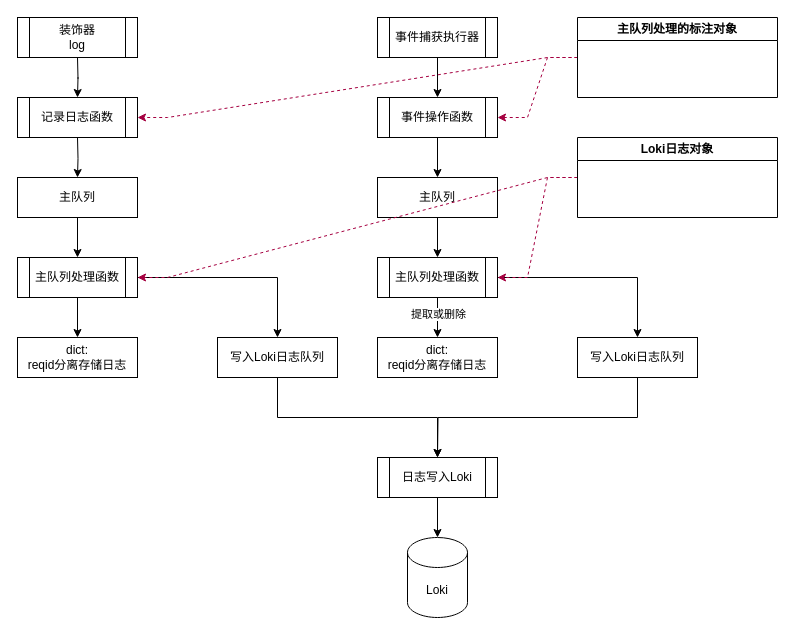
The draw.io diagram demo/logger.drawio in fenghshia/stock-predict, before the edit. Source tidied: cells renumbered, new cells numbered last; positions are measured from the earlier drawing's top-left corner, leaving out a move shared by most shapes. Both pictures are drawn from the tidied source at 100%, with x=0, y=0 at pixel (17, 17).
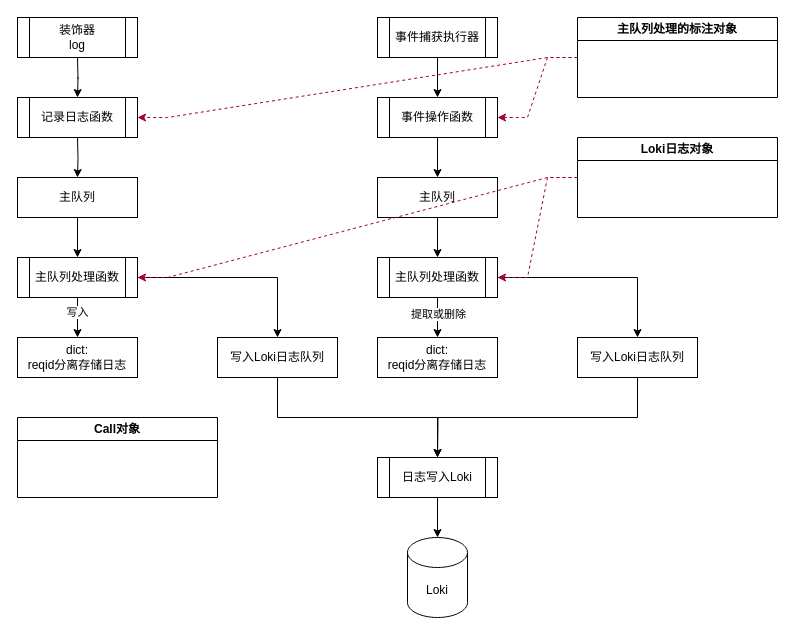
The same diagram, later.

The change refers to these unchanged cells:
```xml
<mxCell id="10" style="edgeStyle=orthogonalEdgeStyle;rounded=0;jettySize=auto;html=1;entryX=0.5;entryY=0;entryDx=0;entryDy=0;" parent="1" edge="1" source="12" target="6">
  <mxGeometry relative="1" as="geometry" />
</mxCell>
```

Change to the diagram source:
```diff
@@
+    <mxCell id="36" value="写入" style="edgeLabel;html=1;align=center;verticalAlign=middle;" parent="10" vertex="1">
+      <mxGeometry x="-0.3" y="-1" relative="1" as="geometry" />
+    </mxCell>
@@
+    <mxCell id="37" value="Call对象" style="swimlane;whiteSpace=wrap;html=1;" parent="1" vertex="1">
+      <mxGeometry y="400" width="200" height="80" as="geometry" />
+    </mxCell>
```
